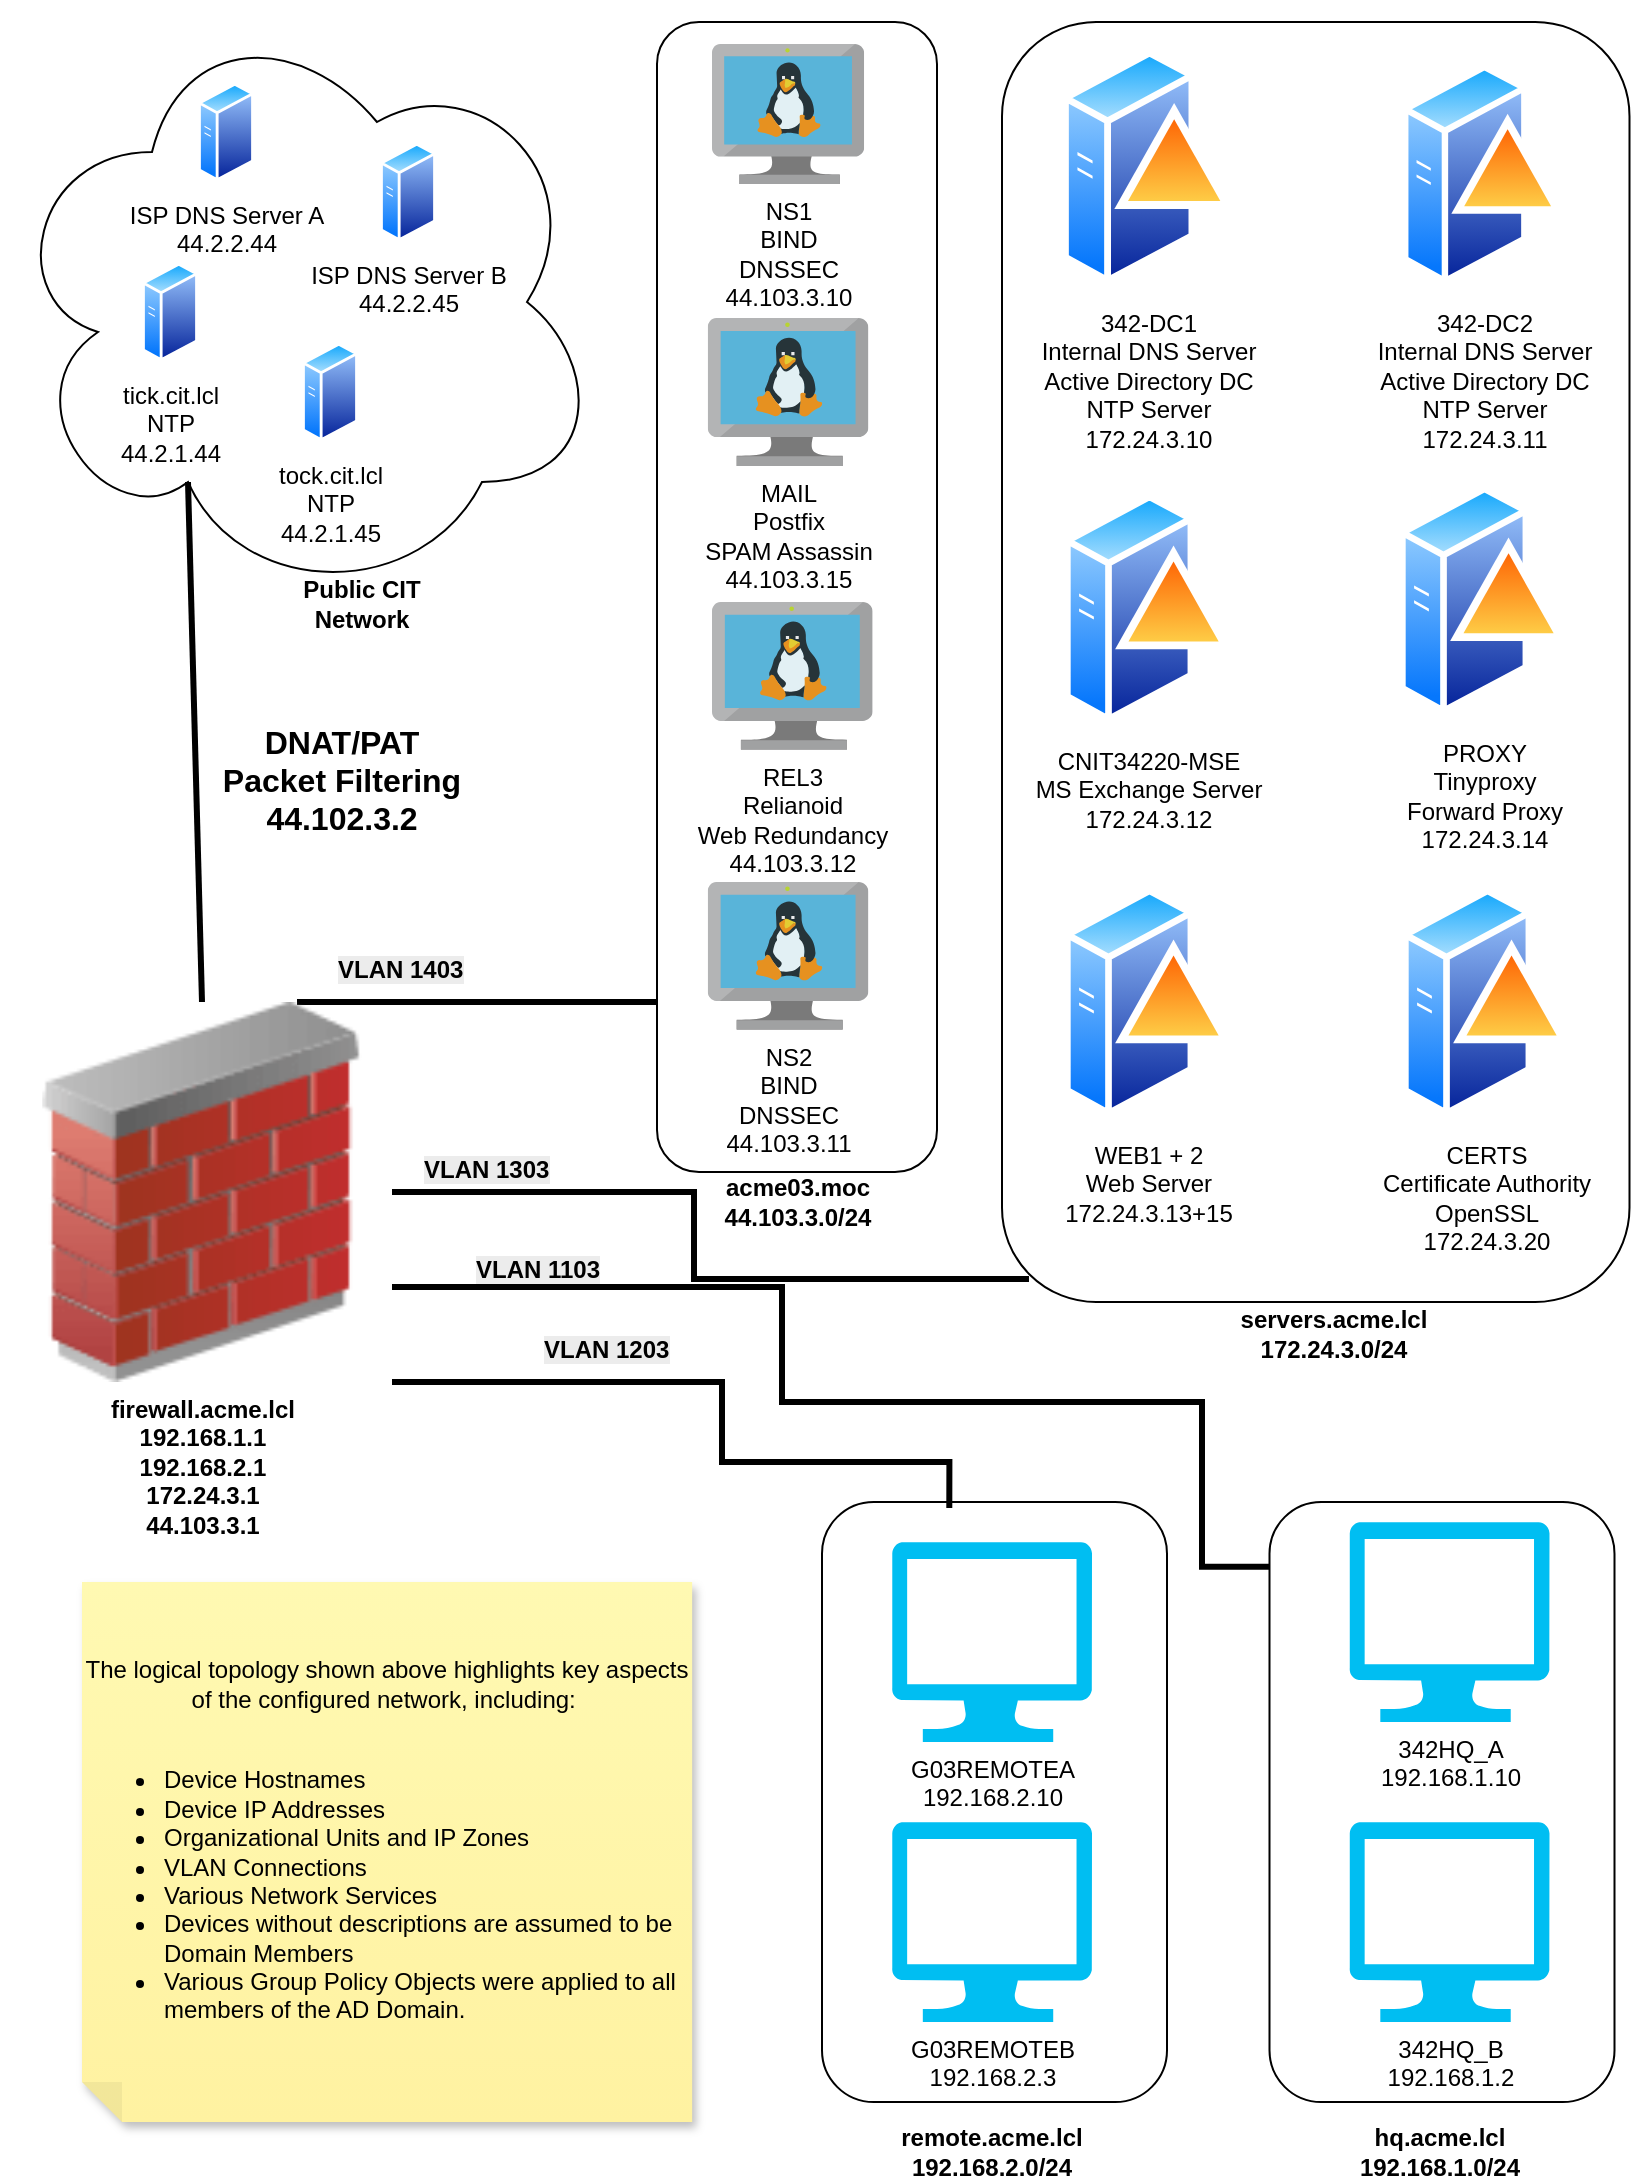
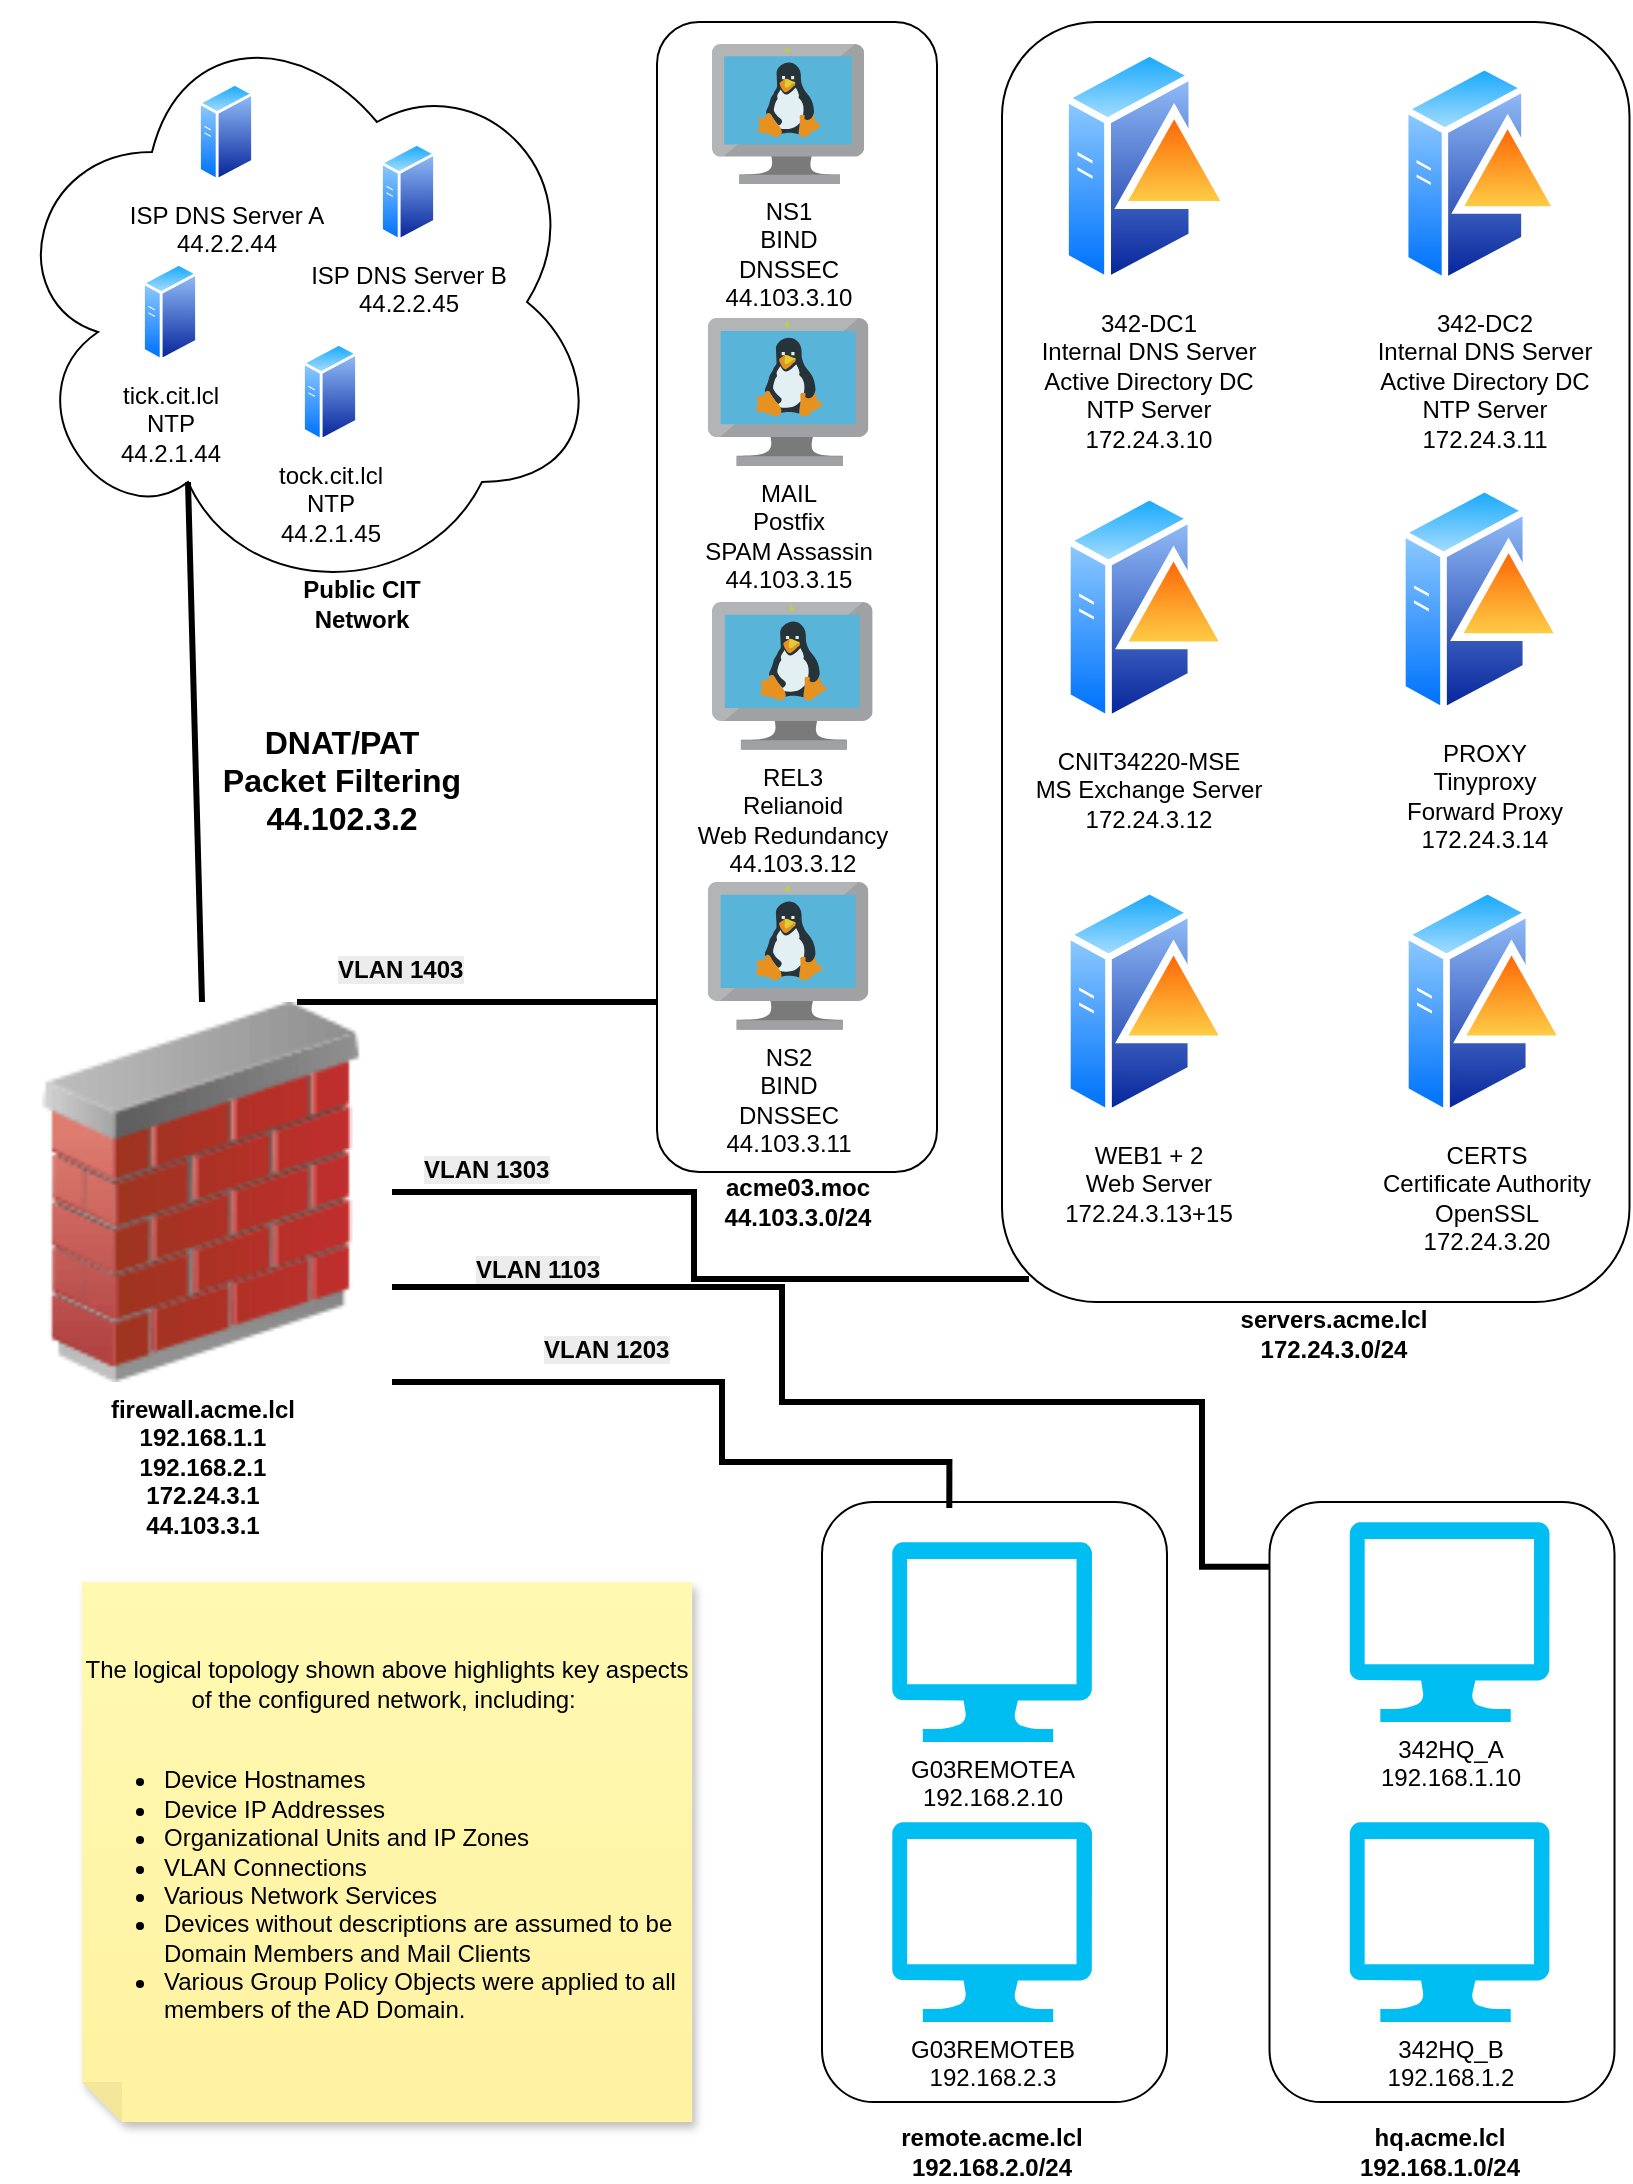
<mxfile host="app.diagrams.net" agent="Mozilla/5.0 (Windows NT 10.0; Win64; x64) AppleWebKit/537.36 (KHTML, like Gecko) Chrome/147.0.0.0 Safari/537.36">
  <diagram name="Page-1" id="woJZa-wE4zO9P6on4YRE">
    <mxGraphModel dx="1064" dy="1325" grid="1" gridSize="10" guides="1" tooltips="1" connect="1" arrows="1" fold="1" page="1" pageScale="1" pageWidth="850" pageHeight="1100" math="0" shadow="0">
      <root>
        <mxCell id="0" />
        <mxCell id="1" parent="0" />
        <mxCell id="IlUulNHpeI7RQXlJ9y5z-1" parent="1" style="ellipse;shape=cloud;whiteSpace=wrap;html=1;fillColor=none;" value="" vertex="1">
          <mxGeometry height="300" width="300" x="18" y="5" as="geometry" />
        </mxCell>
        <mxCell id="IlUulNHpeI7RQXlJ9y5z-2" parent="1" style="rounded=1;whiteSpace=wrap;html=1;fillColor=none;" value="" vertex="1">
          <mxGeometry height="300" width="172.5" x="651.75" y="755" as="geometry" />
        </mxCell>
        <mxCell id="IlUulNHpeI7RQXlJ9y5z-3" parent="1" style="rounded=1;whiteSpace=wrap;html=1;fillColor=none;" value="" vertex="1">
          <mxGeometry height="300" width="172.5" x="428" y="755" as="geometry" />
        </mxCell>
        <mxCell id="IlUulNHpeI7RQXlJ9y5z-4" parent="1" style="rounded=1;whiteSpace=wrap;html=1;fillColor=none;" value="" vertex="1">
          <mxGeometry height="575" width="140" x="345.5" y="15" as="geometry" />
        </mxCell>
        <mxCell id="IlUulNHpeI7RQXlJ9y5z-5" parent="1" style="rounded=1;whiteSpace=wrap;html=1;fillColor=none;" value="" vertex="1">
          <mxGeometry height="640" width="313.75" x="518" y="15" as="geometry" />
        </mxCell>
        <mxCell id="IlUulNHpeI7RQXlJ9y5z-6" parent="1" style="image;aspect=fixed;perimeter=ellipsePerimeter;html=1;align=center;shadow=0;dashed=0;spacingTop=3;image=img/lib/active_directory/domain_controller.svg;" value="342-DC1&lt;br&gt;Internal DNS Server&lt;br&gt;Active Directory DC&lt;div&gt;NTP Server&lt;br&gt;&lt;div&gt;172.24.3.10&lt;/div&gt;&lt;/div&gt;" vertex="1">
          <mxGeometry height="122.86" width="86" x="548" y="26" as="geometry" />
        </mxCell>
        <mxCell id="IlUulNHpeI7RQXlJ9y5z-7" parent="1" style="image;aspect=fixed;perimeter=ellipsePerimeter;html=1;align=center;shadow=0;dashed=0;spacingTop=3;image=img/lib/active_directory/domain_controller.svg;" value="342-DC2&lt;br&gt;Internal DNS Server&lt;br&gt;Active Directory DC&lt;div&gt;NTP Server&lt;br&gt;172.24.3.11&lt;/div&gt;" vertex="1">
          <mxGeometry height="115.72" width="81" x="718" y="33.13999999999997" as="geometry" />
        </mxCell>
        <mxCell id="IlUulNHpeI7RQXlJ9y5z-8" parent="1" style="verticalLabelPosition=bottom;html=1;verticalAlign=top;align=center;strokeColor=none;fillColor=#00BEF2;shape=mxgraph.azure.computer;pointerEvents=1;" value="G03REMOTEA&lt;br&gt;192.168.2.10" vertex="1">
          <mxGeometry height="100" width="100" x="463" y="775" as="geometry" />
        </mxCell>
        <mxCell id="IlUulNHpeI7RQXlJ9y5z-9" parent="1" style="verticalLabelPosition=bottom;html=1;verticalAlign=top;align=center;strokeColor=none;fillColor=#00BEF2;shape=mxgraph.azure.computer;pointerEvents=1;" value="G03REMOTEB&lt;br&gt;192.168.2.3" vertex="1">
          <mxGeometry height="100" width="100" x="463" y="915" as="geometry" />
        </mxCell>
        <mxCell id="IlUulNHpeI7RQXlJ9y5z-10" parent="1" style="verticalLabelPosition=bottom;html=1;verticalAlign=top;align=center;strokeColor=none;fillColor=#00BEF2;shape=mxgraph.azure.computer;pointerEvents=1;" value="342HQ_A&lt;div&gt;192.168.1.10&lt;/div&gt;" vertex="1">
          <mxGeometry height="100" width="100" x="691.75" y="765" as="geometry" />
        </mxCell>
        <mxCell id="IlUulNHpeI7RQXlJ9y5z-11" parent="1" style="verticalLabelPosition=bottom;html=1;verticalAlign=top;align=center;strokeColor=none;fillColor=#00BEF2;shape=mxgraph.azure.computer;pointerEvents=1;" value="342HQ_B&lt;div&gt;192.168.1.2&lt;/div&gt;" vertex="1">
          <mxGeometry height="100" width="100" x="691.75" y="915" as="geometry" />
        </mxCell>
        <mxCell id="IlUulNHpeI7RQXlJ9y5z-12" parent="1" style="image;sketch=0;aspect=fixed;html=1;points=[];align=center;fontSize=12;image=img/lib/mscae/VM_Linux.svg;" value="NS1&lt;br&gt;BIND&lt;div&gt;DNSSEC&lt;br&gt;44.103.3.10&lt;/div&gt;" vertex="1">
          <mxGeometry height="70" width="76.08" x="373" y="26" as="geometry" />
        </mxCell>
        <mxCell id="IlUulNHpeI7RQXlJ9y5z-13" parent="1" style="image;sketch=0;aspect=fixed;html=1;points=[];align=center;fontSize=12;image=img/lib/mscae/VM_Linux.svg;fontStyle=1" value="&lt;span style=&quot;font-weight: normal;&quot;&gt;NS2&lt;br&gt;BIND&lt;/span&gt;&lt;div&gt;&lt;span style=&quot;font-weight: normal;&quot;&gt;DNSSEC&lt;br&gt;44.103.3.11&lt;/span&gt;&lt;/div&gt;" vertex="1">
          <mxGeometry height="73.9" width="80.32" x="370.88" y="445" as="geometry" />
        </mxCell>
        <mxCell id="IlUulNHpeI7RQXlJ9y5z-14" edge="1" parent="1" source="IlUulNHpeI7RQXlJ9y5z-18" style="edgeStyle=orthogonalEdgeStyle;rounded=0;orthogonalLoop=1;jettySize=auto;html=1;exitX=0.75;exitY=0;exitDx=0;exitDy=0;endArrow=none;endFill=0;strokeWidth=3;">
          <mxGeometry relative="1" as="geometry">
            <Array as="points">
              <mxPoint x="318" y="505" />
              <mxPoint x="318" y="505" />
            </Array>
            <mxPoint x="345" y="505" as="targetPoint" />
          </mxGeometry>
        </mxCell>
        <mxCell id="IlUulNHpeI7RQXlJ9y5z-15" edge="1" parent="1" source="IlUulNHpeI7RQXlJ9y5z-18" style="edgeStyle=orthogonalEdgeStyle;rounded=0;orthogonalLoop=1;jettySize=auto;html=1;entryX=0.043;entryY=0.982;entryDx=0;entryDy=0;endArrow=none;endFill=0;strokeWidth=3;exitX=1;exitY=0.5;exitDx=0;exitDy=0;entryPerimeter=0;" target="IlUulNHpeI7RQXlJ9y5z-5">
          <mxGeometry relative="1" as="geometry">
            <Array as="points">
              <mxPoint x="364" y="600" />
              <mxPoint x="364" y="644" />
            </Array>
            <mxPoint x="238" y="493" as="sourcePoint" />
            <mxPoint x="625.5" y="397.5000000000002" as="targetPoint" />
          </mxGeometry>
        </mxCell>
        <mxCell id="IlUulNHpeI7RQXlJ9y5z-16" edge="1" parent="1" source="IlUulNHpeI7RQXlJ9y5z-18" style="edgeStyle=orthogonalEdgeStyle;rounded=0;orthogonalLoop=1;jettySize=auto;html=1;exitX=1;exitY=0.75;exitDx=0;exitDy=0;entryX=0;entryY=0.108;entryDx=0;entryDy=0;endArrow=none;endFill=0;strokeWidth=3;entryPerimeter=0;" target="IlUulNHpeI7RQXlJ9y5z-2">
          <mxGeometry relative="1" as="geometry">
            <Array as="points">
              <mxPoint x="408" y="648" />
              <mxPoint x="408" y="705" />
              <mxPoint x="618" y="705" />
              <mxPoint x="618" y="787" />
            </Array>
            <mxPoint x="635.5" y="687.4999999999998" as="targetPoint" />
          </mxGeometry>
        </mxCell>
        <mxCell id="IlUulNHpeI7RQXlJ9y5z-17" edge="1" parent="1" source="IlUulNHpeI7RQXlJ9y5z-18" style="edgeStyle=orthogonalEdgeStyle;rounded=0;orthogonalLoop=1;jettySize=auto;html=1;exitX=1;exitY=1;exitDx=0;exitDy=0;entryX=0.369;entryY=0.01;entryDx=0;entryDy=0;endArrow=none;endFill=0;strokeWidth=3;entryPerimeter=0;" target="IlUulNHpeI7RQXlJ9y5z-3">
          <mxGeometry relative="1" as="geometry">
            <Array as="points">
              <mxPoint x="378" y="695" />
              <mxPoint x="378" y="735" />
              <mxPoint x="492" y="735" />
            </Array>
            <mxPoint x="363" y="724.9999999999998" as="targetPoint" />
          </mxGeometry>
        </mxCell>
        <mxCell id="IlUulNHpeI7RQXlJ9y5z-18" parent="1" style="image;html=1;image=img/lib/clip_art/networking/Firewall_02_128x128.png" value="&lt;b&gt;firewall.acme.lcl&lt;/b&gt;&lt;div&gt;&lt;b&gt;192.168.1.1&lt;br&gt;192.168.2.1&lt;br&gt;172.24.3.1&lt;br&gt;44.103.3.1&lt;/b&gt;&lt;/div&gt;" vertex="1">
          <mxGeometry height="190" width="190" x="23" y="505" as="geometry" />
        </mxCell>
        <mxCell id="IlUulNHpeI7RQXlJ9y5z-19" parent="1" style="text;html=1;whiteSpace=wrap;strokeColor=none;fillColor=none;align=center;verticalAlign=middle;rounded=0;" value="&lt;b&gt;servers.acme.lcl&lt;br&gt;172.24.3.0/24&lt;br&gt;&lt;/b&gt;" vertex="1">
          <mxGeometry height="30" width="100" x="634" y="656" as="geometry" />
        </mxCell>
        <mxCell id="IlUulNHpeI7RQXlJ9y5z-20" parent="1" style="text;html=1;whiteSpace=wrap;strokeColor=none;fillColor=none;align=center;verticalAlign=middle;rounded=0;" value="&lt;b&gt;hq.acme.lcl&lt;br&gt;192.168.1.0/24&lt;br&gt;&lt;/b&gt;" vertex="1">
          <mxGeometry height="30" width="100" x="686.75" y="1065" as="geometry" />
        </mxCell>
        <mxCell id="IlUulNHpeI7RQXlJ9y5z-21" parent="1" style="text;html=1;whiteSpace=wrap;strokeColor=none;fillColor=none;align=center;verticalAlign=middle;rounded=0;" value="&lt;b&gt;remote.acme.lcl&lt;/b&gt;&lt;div&gt;&lt;b&gt;192.168.2.0/24&lt;br&gt;&lt;/b&gt;&lt;/div&gt;" vertex="1">
          <mxGeometry height="30" width="100" x="463" y="1065" as="geometry" />
        </mxCell>
        <mxCell id="IlUulNHpeI7RQXlJ9y5z-22" parent="1" style="text;html=1;whiteSpace=wrap;strokeColor=none;fillColor=none;align=center;verticalAlign=middle;rounded=0;" value="&lt;b&gt;acme03.moc&lt;br&gt;44.103.3.0/24&lt;br&gt;&lt;/b&gt;" vertex="1">
          <mxGeometry height="30" width="100" x="365.5" y="590" as="geometry" />
        </mxCell>
        <mxCell id="IlUulNHpeI7RQXlJ9y5z-23" parent="1" style="text;whiteSpace=wrap;html=1;" value="&lt;b style=&quot;forced-color-adjust: none; color: rgb(0, 0, 0); font-family: Helvetica; font-size: 12px; font-style: normal; font-variant-ligatures: normal; font-variant-caps: normal; letter-spacing: normal; orphans: 2; text-align: center; text-indent: 0px; text-transform: none; widows: 2; word-spacing: 0px; -webkit-text-stroke-width: 0px; white-space: normal; background-color: rgb(236, 236, 236); text-decoration-thickness: initial; text-decoration-style: initial; text-decoration-color: initial;&quot;&gt;VLAN 1403&lt;/b&gt;" vertex="1">
          <mxGeometry height="40" width="100" x="183.5" y="475" as="geometry" />
        </mxCell>
        <mxCell id="IlUulNHpeI7RQXlJ9y5z-24" parent="1" style="text;whiteSpace=wrap;html=1;" value="&lt;b style=&quot;forced-color-adjust: none; color: rgb(0, 0, 0); font-family: Helvetica; font-size: 12px; font-style: normal; font-variant-ligatures: normal; font-variant-caps: normal; letter-spacing: normal; orphans: 2; text-align: center; text-indent: 0px; text-transform: none; widows: 2; word-spacing: 0px; -webkit-text-stroke-width: 0px; white-space: normal; background-color: rgb(236, 236, 236); text-decoration-thickness: initial; text-decoration-style: initial; text-decoration-color: initial;&quot;&gt;VLAN 1303&lt;/b&gt;" vertex="1">
          <mxGeometry height="40" width="100" x="227" y="575" as="geometry" />
        </mxCell>
        <mxCell id="IlUulNHpeI7RQXlJ9y5z-25" parent="1" style="text;whiteSpace=wrap;html=1;" value="&lt;b style=&quot;forced-color-adjust: none; color: rgb(0, 0, 0); font-family: Helvetica; font-size: 12px; font-style: normal; font-variant-ligatures: normal; font-variant-caps: normal; letter-spacing: normal; orphans: 2; text-align: center; text-indent: 0px; text-transform: none; widows: 2; word-spacing: 0px; -webkit-text-stroke-width: 0px; white-space: normal; background-color: rgb(236, 236, 236); text-decoration-thickness: initial; text-decoration-style: initial; text-decoration-color: initial;&quot;&gt;VLAN 1103&lt;/b&gt;" vertex="1">
          <mxGeometry height="40" width="100" x="253" y="625" as="geometry" />
        </mxCell>
        <mxCell id="IlUulNHpeI7RQXlJ9y5z-26" parent="1" style="text;whiteSpace=wrap;html=1;" value="&lt;b style=&quot;forced-color-adjust: none; color: rgb(0, 0, 0); font-family: Helvetica; font-size: 12px; font-style: normal; font-variant-ligatures: normal; font-variant-caps: normal; letter-spacing: normal; orphans: 2; text-align: center; text-indent: 0px; text-transform: none; widows: 2; word-spacing: 0px; -webkit-text-stroke-width: 0px; white-space: normal; background-color: rgb(236, 236, 236); text-decoration-thickness: initial; text-decoration-style: initial; text-decoration-color: initial;&quot;&gt;VLAN 1203&lt;/b&gt;" vertex="1">
          <mxGeometry height="30" width="75" x="287" y="665" as="geometry" />
        </mxCell>
-         <mxCell id="IlUulNHpeI7RQXlJ9y5z-27" parent="1" style="shape=note;whiteSpace=wrap;html=1;backgroundOutline=1;fontColor=#000000;darkOpacity=0.05;fillColor=#FFF9B2;strokeColor=none;fillStyle=solid;direction=west;gradientDirection=north;gradientColor=#FFF2A1;shadow=1;size=20;pointerEvents=1;" value="&lt;div&gt;&lt;span style=&quot;background-color: transparent; color: light-dark(rgb(0, 0, 0), rgb(237, 237, 237));&quot;&gt;The logical topology shown above highlights key aspects of the configured network, including:&amp;nbsp;&lt;/span&gt;&lt;/div&gt;&lt;div&gt;&lt;div style=&quot;text-align: left;&quot;&gt;&lt;br&gt;&lt;ul&gt;&lt;li&gt;Device Hostnames&lt;/li&gt;&lt;li&gt;Device IP Addresses&lt;/li&gt;&lt;li&gt;Organizational Units and IP Zones&lt;/li&gt;&lt;li&gt;VLAN Connections&lt;/li&gt;&lt;li&gt;Various Network Services&lt;/li&gt;&lt;li&gt;Devices without descriptions are assumed to be Domain Members&lt;/li&gt;&lt;li&gt;Various Group Policy Objects were applied to all members of the AD Domain.&lt;/li&gt;&lt;/ul&gt;&lt;/div&gt;&lt;/div&gt;" vertex="1">
+         <mxCell id="IlUulNHpeI7RQXlJ9y5z-27" parent="1" style="shape=note;whiteSpace=wrap;html=1;backgroundOutline=1;fontColor=#000000;darkOpacity=0.05;fillColor=#FFF9B2;strokeColor=none;fillStyle=solid;direction=west;gradientDirection=north;gradientColor=#FFF2A1;shadow=1;size=20;pointerEvents=1;" value="&lt;div&gt;&lt;span style=&quot;background-color: transparent; color: light-dark(rgb(0, 0, 0), rgb(237, 237, 237));&quot;&gt;The logical topology shown above highlights key aspects of the configured network, including:&amp;nbsp;&lt;/span&gt;&lt;/div&gt;&lt;div&gt;&lt;div style=&quot;text-align: left;&quot;&gt;&lt;br&gt;&lt;ul&gt;&lt;li&gt;Device Hostnames&lt;/li&gt;&lt;li&gt;Device IP Addresses&lt;/li&gt;&lt;li&gt;Organizational Units and IP Zones&lt;/li&gt;&lt;li&gt;VLAN Connections&lt;/li&gt;&lt;li&gt;Various Network Services&lt;/li&gt;&lt;li&gt;Devices without descriptions are assumed to be Domain Members and Mail Clients&lt;/li&gt;&lt;li&gt;Various Group Policy Objects were applied to all members of the AD Domain.&lt;/li&gt;&lt;/ul&gt;&lt;/div&gt;&lt;/div&gt;" vertex="1">
          <mxGeometry height="270" width="305.08" x="58" y="795" as="geometry" />
        </mxCell>
        <mxCell id="IlUulNHpeI7RQXlJ9y5z-28" parent="1" style="image;aspect=fixed;perimeter=ellipsePerimeter;html=1;align=center;shadow=0;dashed=0;spacingTop=3;image=img/lib/active_directory/generic_server.svg;fontStyle=0" value="&lt;span&gt;ISP DNS Server A&lt;/span&gt;&lt;div&gt;&lt;span&gt;44.2.2.44&lt;/span&gt;&lt;/div&gt;" vertex="1">
          <mxGeometry height="50" width="28" x="116" y="45" as="geometry" />
        </mxCell>
        <mxCell id="IlUulNHpeI7RQXlJ9y5z-29" parent="1" style="text;html=1;whiteSpace=wrap;strokeColor=none;fillColor=none;align=center;verticalAlign=middle;rounded=0;" value="&lt;b&gt;Public CIT Network&lt;/b&gt;" vertex="1">
          <mxGeometry height="30" width="90" x="153" y="291.1" as="geometry" />
        </mxCell>
        <mxCell id="IlUulNHpeI7RQXlJ9y5z-30" edge="1" parent="1" source="IlUulNHpeI7RQXlJ9y5z-18" style="edgeStyle=none;curved=1;rounded=0;orthogonalLoop=1;jettySize=auto;html=1;exitX=0.5;exitY=0;exitDx=0;exitDy=0;entryX=0.31;entryY=0.8;entryDx=0;entryDy=0;entryPerimeter=0;fontSize=12;startSize=8;endSize=8;strokeWidth=3;endArrow=none;endFill=0;" target="IlUulNHpeI7RQXlJ9y5z-1">
          <mxGeometry relative="1" as="geometry" />
        </mxCell>
        <mxCell id="IlUulNHpeI7RQXlJ9y5z-31" parent="1" style="text;html=1;whiteSpace=wrap;strokeColor=none;fillColor=none;align=center;verticalAlign=middle;rounded=0;fontSize=16;" value="&lt;b&gt;DNAT/PAT&lt;br&gt;Packet Filtering&lt;br&gt;&lt;/b&gt;&lt;div&gt;&lt;b&gt;44.102.3.2&lt;/b&gt;&lt;/div&gt;" vertex="1">
          <mxGeometry height="60" width="140" x="118" y="363.95" as="geometry" />
        </mxCell>
        <mxCell id="IlUulNHpeI7RQXlJ9y5z-32" parent="1" style="image;aspect=fixed;perimeter=ellipsePerimeter;html=1;align=center;shadow=0;dashed=0;spacingTop=3;image=img/lib/active_directory/domain_controller.svg;" value="CNIT34220-MSE&lt;br&gt;MS Exchange Server&lt;br&gt;172.24.3.12" vertex="1">
          <mxGeometry height="120" width="84" x="549" y="248" as="geometry" />
        </mxCell>
        <mxCell id="IlUulNHpeI7RQXlJ9y5z-33" parent="1" style="image;sketch=0;aspect=fixed;html=1;points=[];align=center;fontSize=12;image=img/lib/mscae/VM_Linux.svg;fontStyle=1" value="&lt;span style=&quot;font-weight: normal;&quot;&gt;MAIL&lt;br&gt;Postfix&lt;/span&gt;&lt;div&gt;&lt;span style=&quot;font-weight: normal;&quot;&gt;SPAM Assassin&lt;br&gt;44.103.3.15&lt;/span&gt;&lt;/div&gt;" vertex="1">
          <mxGeometry height="73.9" width="80.32" x="370.88" y="163.05000000000004" as="geometry" />
        </mxCell>
        <mxCell id="IlUulNHpeI7RQXlJ9y5z-34" parent="1" style="image;aspect=fixed;perimeter=ellipsePerimeter;html=1;align=center;shadow=0;dashed=0;spacingTop=3;image=img/lib/active_directory/generic_server.svg;fontStyle=0" value="&lt;span&gt;ISP DNS Server B&lt;/span&gt;&lt;div&gt;&lt;span&gt;44.2.2.45&lt;/span&gt;&lt;/div&gt;" vertex="1">
          <mxGeometry height="50" width="28" x="207" y="75" as="geometry" />
        </mxCell>
        <mxCell id="IlUulNHpeI7RQXlJ9y5z-35" parent="1" style="image;aspect=fixed;perimeter=ellipsePerimeter;html=1;align=center;shadow=0;dashed=0;spacingTop=3;image=img/lib/active_directory/generic_server.svg;fontStyle=0" value="tock.cit.lcl&lt;div&gt;NTP&lt;br&gt;&lt;div&gt;&lt;span&gt;44.2.1.45&lt;/span&gt;&lt;/div&gt;&lt;/div&gt;" vertex="1">
          <mxGeometry height="50" width="28" x="168" y="175" as="geometry" />
        </mxCell>
        <mxCell id="IlUulNHpeI7RQXlJ9y5z-36" parent="1" style="image;aspect=fixed;perimeter=ellipsePerimeter;html=1;align=center;shadow=0;dashed=0;spacingTop=3;image=img/lib/active_directory/generic_server.svg;fontStyle=0" value="tick.cit.lcl&lt;div&gt;NTP&lt;br&gt;&lt;div&gt;&lt;span&gt;44.2.1.44&lt;/span&gt;&lt;/div&gt;&lt;/div&gt;" vertex="1">
          <mxGeometry height="50" width="28" x="88" y="135" as="geometry" />
        </mxCell>
        <mxCell id="IlUulNHpeI7RQXlJ9y5z-37" parent="1" style="image;sketch=0;aspect=fixed;html=1;points=[];align=center;fontSize=12;image=img/lib/mscae/VM_Linux.svg;fontStyle=1" value="&lt;span style=&quot;font-weight: 400;&quot;&gt;REL3&lt;/span&gt;&lt;br&gt;&lt;div&gt;&lt;span style=&quot;font-weight: 400;&quot;&gt;Relianoid&lt;br&gt;&lt;/span&gt;&lt;div&gt;&lt;span style=&quot;font-weight: 400;&quot;&gt;Web Redundancy&lt;br&gt;&lt;/span&gt;&lt;div&gt;&lt;div&gt;&lt;span style=&quot;font-weight: normal;&quot;&gt;44.103.3.12&lt;/span&gt;&lt;/div&gt;&lt;/div&gt;&lt;/div&gt;&lt;/div&gt;" vertex="1">
          <mxGeometry height="73.9" width="80.32" x="373.00000000000006" y="305" as="geometry" />
        </mxCell>
        <mxCell id="IlUulNHpeI7RQXlJ9y5z-38" parent="1" style="image;aspect=fixed;perimeter=ellipsePerimeter;html=1;align=center;shadow=0;dashed=0;spacingTop=3;image=img/lib/active_directory/domain_controller.svg;" value="PROXY&lt;br&gt;Tinyproxy&lt;div&gt;Forward Proxy&lt;br&gt;172.24.3.14&lt;/div&gt;" vertex="1">
          <mxGeometry height="120" width="84" x="716.5" y="243.95" as="geometry" />
        </mxCell>
        <mxCell id="IlUulNHpeI7RQXlJ9y5z-39" parent="1" style="image;aspect=fixed;perimeter=ellipsePerimeter;html=1;align=center;shadow=0;dashed=0;spacingTop=3;image=img/lib/active_directory/domain_controller.svg;" value="&lt;div&gt;CERTS&lt;/div&gt;&lt;div&gt;Certificate Authority&lt;/div&gt;&lt;div&gt;OpenSSL&lt;/div&gt;172.24.3.20" vertex="1">
          <mxGeometry height="120" width="84" x="718" y="445" as="geometry" />
        </mxCell>
        <mxCell id="IlUulNHpeI7RQXlJ9y5z-40" parent="1" style="image;aspect=fixed;perimeter=ellipsePerimeter;html=1;align=center;shadow=0;dashed=0;spacingTop=3;image=img/lib/active_directory/domain_controller.svg;" value="WEB1 + 2&lt;br&gt;Web Server&lt;br&gt;172.24.3.13+15" vertex="1">
          <mxGeometry height="120" width="84" x="549" y="445" as="geometry" />
        </mxCell>
      </root>
    </mxGraphModel>
  </diagram>
</mxfile>
